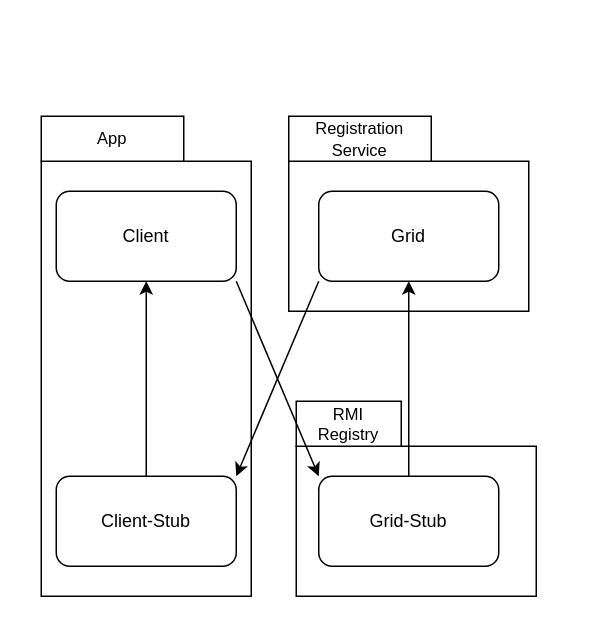
Earlier version of the draw.io diagram page "ArchitetturaRMI" (2 of 2) of pt2/Diagramma senza titolo.drawio (zucchero-sintattico/PCD-ASS03-23-24). Source tidied: cells renumbered, new cells numbered last; positions are measured from the earlier drawing's top-left corner, leaving out a move shared by most shapes. Both pictures are drawn from the tidied source at 150%, with x=0, y=0 at pixel (40, 116).
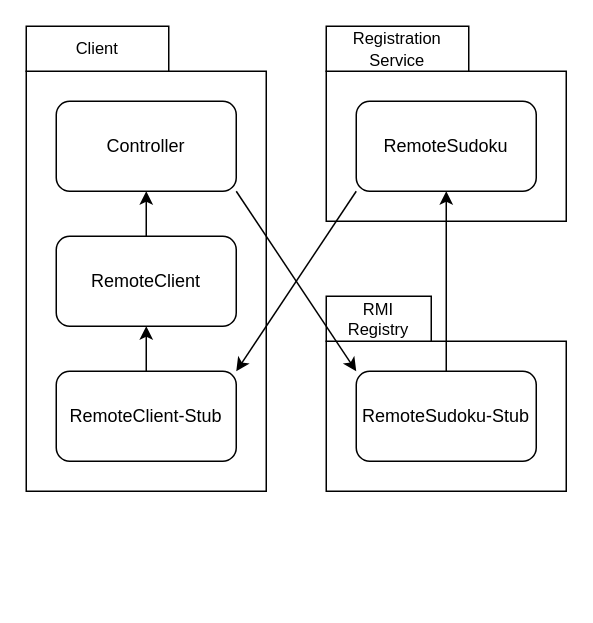
After the change.

Change to the diagram source:
```diff
@@
 <mxGraphModel>
   <root>
     <mxCell id="0" />
     <mxCell id="1" parent="0" />
-    <mxCell id="2" style="rounded=0;whiteSpace=wrap;html=1;" parent="1" vertex="1">
-      <mxGeometry y="30" width="140" height="290" as="geometry" />
-    </mxCell>
+    <mxCell id="16" style="rounded=0;whiteSpace=wrap;html=1;gradientColor=none;fillColor=default;" parent="1" vertex="1">
+      <mxGeometry x="-10" y="-30" width="160" height="280" as="geometry" />
+    </mxCell>
     <mxCell id="3" style="rounded=0;whiteSpace=wrap;html=1;gradientColor=none;fillColor=default;" parent="1" vertex="1">
-      <mxGeometry x="165" y="30" width="160" height="100" as="geometry" />
+      <mxGeometry x="190" y="-30" width="160" height="100" as="geometry" />
     </mxCell>
     <mxCell id="4" style="rounded=0;whiteSpace=wrap;html=1;fillColor=default;" parent="1" vertex="1">
-      <mxGeometry x="170" y="220" width="160" height="100" as="geometry" />
+      <mxGeometry x="190" y="150" width="160" height="100" as="geometry" />
     </mxCell>
+    <mxCell id="17" style="edgeStyle=orthogonalEdgeStyle;rounded=0;jettySize=auto;html=1;exitX=0.5;exitY=0;exitDx=0;exitDy=0;entryX=0.5;entryY=1;entryDx=0;entryDy=0;" parent="1" edge="1" source="5" target="18">
+      <mxGeometry relative="1" as="geometry" />
+    </mxCell>
-    <mxCell id="5" value="Client" style="rounded=1;whiteSpace=wrap;html=1;" parent="1" vertex="1">
-      <mxGeometry x="10" y="50" width="120" height="60" as="geometry" />
+    <mxCell id="5" value="RemoteClient" style="rounded=1;whiteSpace=wrap;html=1;" parent="1" vertex="1">
+      <mxGeometry x="10" y="80" width="120" height="60" as="geometry" />
     </mxCell>
     <mxCell id="6" style="rounded=0;jettySize=auto;html=1;exitX=0;exitY=1;exitDx=0;exitDy=0;entryX=1;entryY=0;entryDx=0;entryDy=0;" parent="1" edge="1" source="7" target="9">
       <mxGeometry relative="1" as="geometry" />
     </mxCell>
-    <mxCell id="7" value="Grid" style="rounded=1;whiteSpace=wrap;html=1;" parent="1" vertex="1">
-      <mxGeometry x="185" y="50" width="120" height="60" as="geometry" />
+    <mxCell id="7" value="RemoteSudoku" style="rounded=1;whiteSpace=wrap;html=1;" parent="1" vertex="1">
+      <mxGeometry x="210" y="-10" width="120" height="60" as="geometry" />
     </mxCell>
     <mxCell id="8" style="edgeStyle=orthogonalEdgeStyle;rounded=0;jettySize=auto;html=1;exitX=0.5;exitY=0;exitDx=0;exitDy=0;entryX=0.5;entryY=1;entryDx=0;entryDy=0;startArrow=none;startFill=0;endArrow=classic;endFill=1;" parent="1" edge="1" source="9" target="5">
       <mxGeometry relative="1" as="geometry" />
     </mxCell>
-    <mxCell id="9" value="Client-Stub" style="rounded=1;whiteSpace=wrap;html=1;" parent="1" vertex="1">
-      <mxGeometry x="10" y="240" width="120" height="60" as="geometry" />
+    <mxCell id="9" value="RemoteClient-Stub" style="rounded=1;whiteSpace=wrap;html=1;" parent="1" vertex="1">
+      <mxGeometry x="10" y="170" width="120" height="60" as="geometry" />
     </mxCell>
     <mxCell id="10" style="edgeStyle=orthogonalEdgeStyle;rounded=0;jettySize=auto;html=1;exitX=0.5;exitY=0;exitDx=0;exitDy=0;entryX=0.5;entryY=1;entryDx=0;entryDy=0;startArrow=none;startFill=0;endArrow=classic;endFill=1;" parent="1" edge="1" source="11" target="7">
       <mxGeometry relative="1" as="geometry" />
     </mxCell>
-    <mxCell id="11" value="Grid-Stub" style="rounded=1;whiteSpace=wrap;html=1;" parent="1" vertex="1">
-      <mxGeometry x="185" y="240" width="120" height="60" as="geometry" />
+    <mxCell id="11" value="RemoteSudoku-Stub" style="rounded=1;whiteSpace=wrap;html=1;" parent="1" vertex="1">
+      <mxGeometry x="210" y="170" width="120" height="60" as="geometry" />
     </mxCell>
     <mxCell id="12" value="&lt;font style=&quot;font-size: 11px;&quot;&gt;RMI&lt;/font&gt;&lt;div style=&quot;font-size: 11px;&quot;&gt;&lt;font style=&quot;font-size: 11px;&quot;&gt;Registry&lt;/font&gt;&lt;/div&gt;" style="rounded=0;whiteSpace=wrap;html=1;" parent="1" vertex="1">
-      <mxGeometry x="170" y="190" width="70" height="30" as="geometry" />
+      <mxGeometry x="190" y="120" width="70" height="30" as="geometry" />
     </mxCell>
     <mxCell id="13" value="&lt;span style=&quot;font-size: 11px;&quot;&gt;Registration&lt;/span&gt;&lt;div&gt;&lt;span style=&quot;font-size: 11px;&quot;&gt;Service&lt;/span&gt;&lt;/div&gt;" style="rounded=0;whiteSpace=wrap;html=1;" parent="1" vertex="1">
-      <mxGeometry x="165" width="95" height="30" as="geometry" />
+      <mxGeometry x="190" y="-60" width="95" height="30" as="geometry" />
     </mxCell>
-    <mxCell id="14" style="rounded=0;jettySize=auto;html=1;exitX=1;exitY=1;exitDx=0;exitDy=0;entryX=0;entryY=0;entryDx=0;entryDy=0;" parent="1" edge="1" source="5" target="11">
+    <mxCell id="14" style="rounded=0;jettySize=auto;html=1;exitX=1;exitY=1;exitDx=0;exitDy=0;entryX=0;entryY=0;entryDx=0;entryDy=0;" parent="1" edge="1" source="18" target="11">
       <mxGeometry relative="1" as="geometry" />
     </mxCell>
-    <mxCell id="15" value="&lt;span style=&quot;font-size: 11px;&quot;&gt;App&lt;/span&gt;" style="rounded=0;whiteSpace=wrap;html=1;" parent="1" vertex="1">
-      <mxGeometry width="95" height="30" as="geometry" />
-    </mxCell>
+    <mxCell id="18" value="Controller" style="rounded=1;whiteSpace=wrap;html=1;" parent="1" vertex="1">
+      <mxGeometry x="10" y="-10" width="120" height="60" as="geometry" />
+    </mxCell>
+    <mxCell id="19" value="&lt;span style=&quot;font-size: 11px;&quot;&gt;Client&lt;/span&gt;" style="rounded=0;whiteSpace=wrap;html=1;" parent="1" vertex="1">
+      <mxGeometry x="-10" y="-60" width="95" height="30" as="geometry" />
+    </mxCell>
   </root>
 </mxGraphModel>
```
